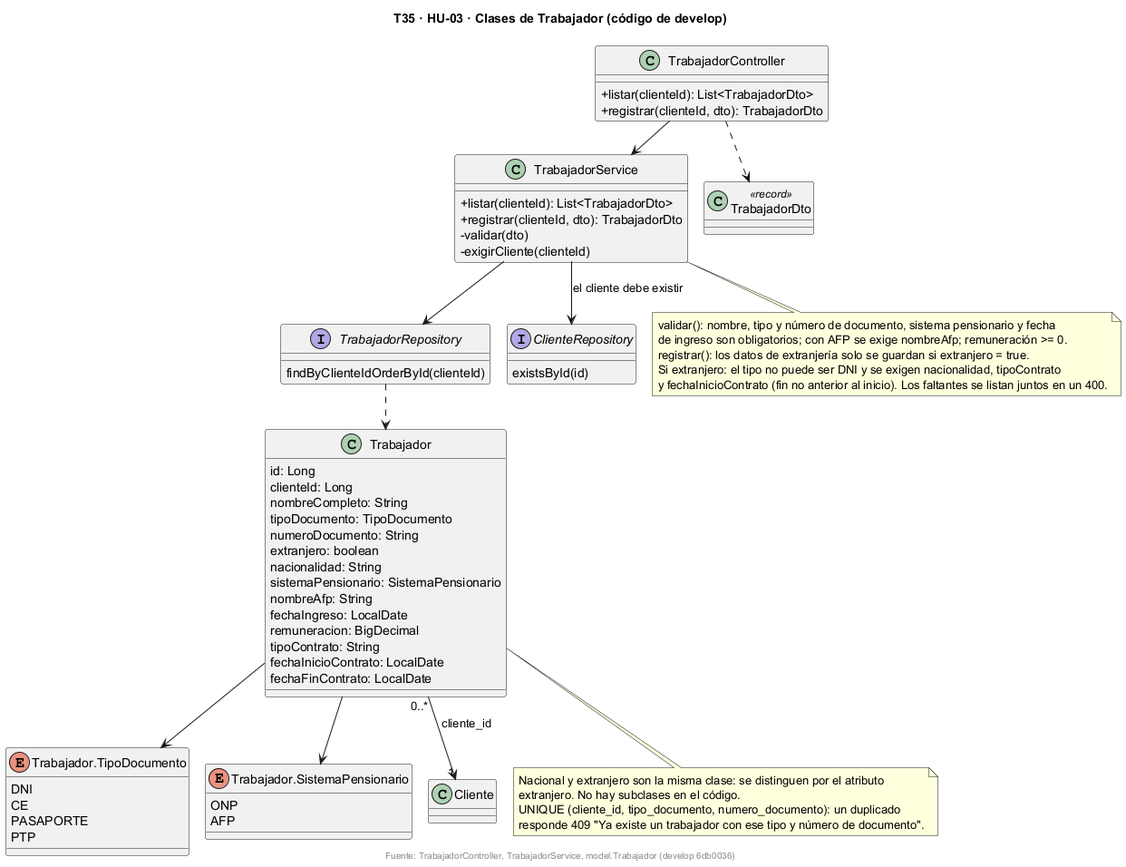
Earlier version of the PlantUML export docs/uml/img/T35-HU03-clases.png (fabianrodriguez33/plus-contable). Source of this version:
```plantuml
@startuml
!pragma layout smetana
title T35 · HU-03 · Clases de Trabajador (código de develop)
skinparam classAttributeIconSize 0
skinparam shadowing false

class TrabajadorController {
  +listar(clienteId): List<TrabajadorDto>
  +registrar(clienteId, dto): TrabajadorDto
}

class TrabajadorService {
  +listar(clienteId): List<TrabajadorDto>
  +registrar(clienteId, dto): TrabajadorDto
  -validar(dto)
  -exigirCliente(clienteId)
}

class Trabajador {
  id: Long
  clienteId: Long
  nombreCompleto: String
  tipoDocumento: TipoDocumento
  numeroDocumento: String
  extranjero: boolean
  nacionalidad: String
  sistemaPensionario: SistemaPensionario
  nombreAfp: String
  fechaIngreso: LocalDate
  remuneracion: BigDecimal
  tipoContrato: String
  fechaInicioContrato: LocalDate
  fechaFinContrato: LocalDate
}

enum "Trabajador.TipoDocumento" as TipoDocumento {
  DNI
  CE
  PASAPORTE
  PTP
}

enum "Trabajador.SistemaPensionario" as SistemaPensionario {
  ONP
  AFP
}

class TrabajadorDto <<record>>

interface TrabajadorRepository {
  findByClienteIdOrderById(clienteId)
}
interface ClienteRepository {
  existsById(id)
}

TrabajadorController --> TrabajadorService
TrabajadorController ..> TrabajadorDto
TrabajadorService --> TrabajadorRepository
TrabajadorService --> ClienteRepository : el cliente debe existir
TrabajadorRepository ..> Trabajador
Trabajador --> TipoDocumento
Trabajador --> SistemaPensionario
Trabajador "0..*" --> "1" Cliente : cliente_id

note bottom of TrabajadorService
  validar(): nombre, tipo y número de documento, sistema pensionario y fecha
  de ingreso son obligatorios; con AFP se exige nombreAfp; remuneración >= 0.
  registrar(): los datos de extranjería solo se guardan si extranjero = true.
  Si extranjero: el tipo no puede ser DNI y se exigen nacionalidad, tipoContrato
  y fechaInicioContrato (fin no anterior al inicio). Los faltantes se listan juntos en un 400.
end note

note bottom of Trabajador
  Nacional y extranjero son la misma clase: se distinguen por el atributo
  extranjero. No hay subclases en el código.
  UNIQUE (cliente_id, tipo_documento, numero_documento): un duplicado
  responde 409 "Ya existe un trabajador con ese tipo y número de documento".
end note

footer Fuente: TrabajadorController, TrabajadorService, model.Trabajador (develop 6db0036)
@enduml
```
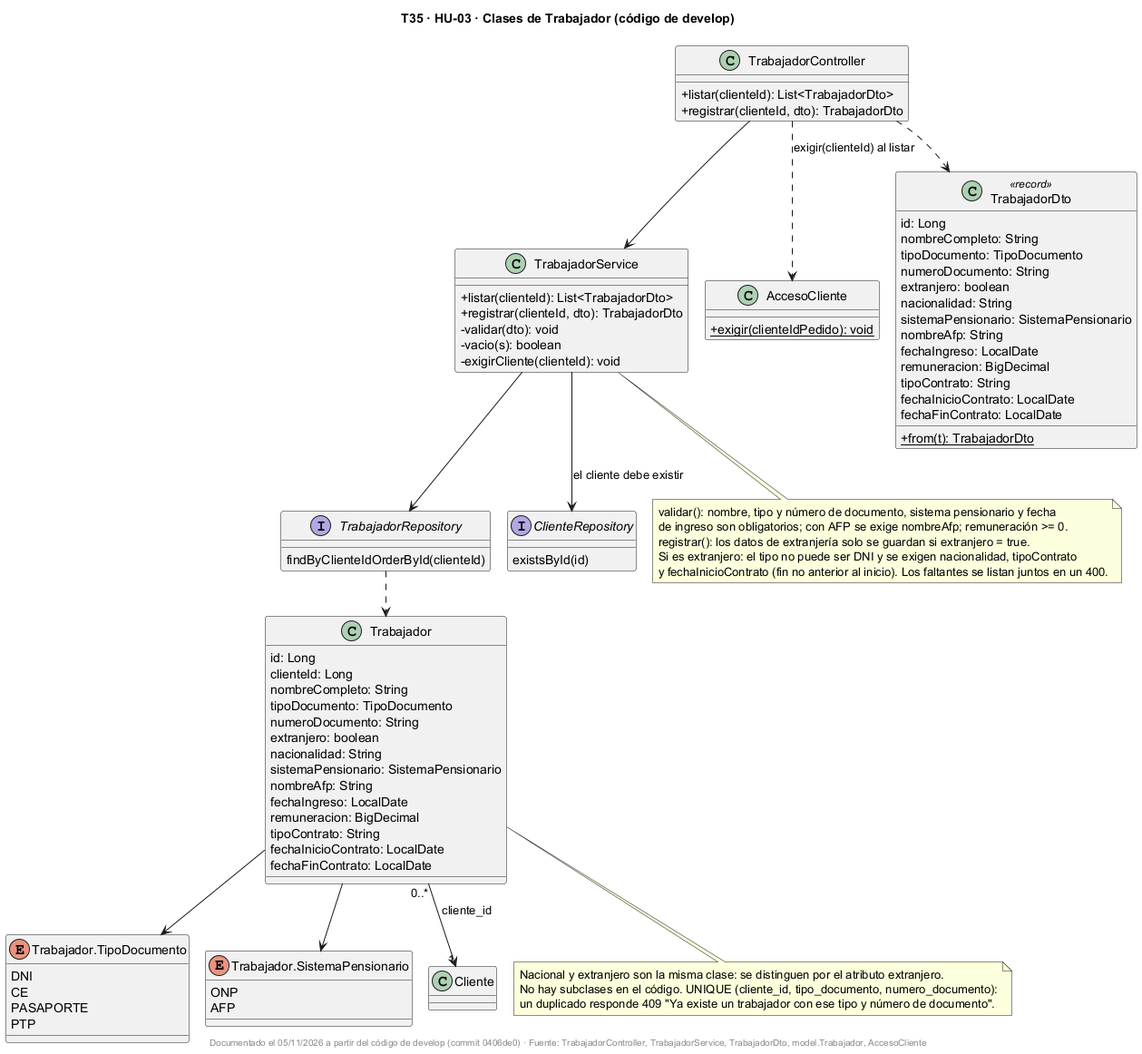
After the change.

What changed in the source:
```diff
@@ -12,8 +12,13 @@
 class TrabajadorService {
   +listar(clienteId): List<TrabajadorDto>
   +registrar(clienteId, dto): TrabajadorDto
-  -validar(dto)
-  -exigirCliente(clienteId)
+  -validar(dto): void
+  -vacio(s): boolean
+  -exigirCliente(clienteId): void
+}
+
+class AccesoCliente {
+  +{static} exigir(clienteIdPedido): void
 }
 
 class Trabajador {
@@ -45,7 +50,22 @@
   AFP
 }
 
-class TrabajadorDto <<record>>
+class TrabajadorDto <<record>> {
+  id: Long
+  nombreCompleto: String
+  tipoDocumento: TipoDocumento
+  numeroDocumento: String
+  extranjero: boolean
+  nacionalidad: String
+  sistemaPensionario: SistemaPensionario
+  nombreAfp: String
+  fechaIngreso: LocalDate
+  remuneracion: BigDecimal
+  tipoContrato: String
+  fechaInicioContrato: LocalDate
+  fechaFinContrato: LocalDate
+  +{static} from(t): TrabajadorDto
+}
 
 interface TrabajadorRepository {
   findByClienteIdOrderById(clienteId)
@@ -56,6 +76,7 @@
 
 TrabajadorController --> TrabajadorService
 TrabajadorController ..> TrabajadorDto
+TrabajadorController ..> AccesoCliente : exigir(clienteId) al listar
 TrabajadorService --> TrabajadorRepository
 TrabajadorService --> ClienteRepository : el cliente debe existir
 TrabajadorRepository ..> Trabajador
@@ -67,16 +88,15 @@
   validar(): nombre, tipo y número de documento, sistema pensionario y fecha
   de ingreso son obligatorios; con AFP se exige nombreAfp; remuneración >= 0.
   registrar(): los datos de extranjería solo se guardan si extranjero = true.
-  Si extranjero: el tipo no puede ser DNI y se exigen nacionalidad, tipoContrato
+  Si es extranjero: el tipo no puede ser DNI y se exigen nacionalidad, tipoContrato
   y fechaInicioContrato (fin no anterior al inicio). Los faltantes se listan juntos en un 400.
 end note
 
 note bottom of Trabajador
-  Nacional y extranjero son la misma clase: se distinguen por el atributo
-  extranjero. No hay subclases en el código.
-  UNIQUE (cliente_id, tipo_documento, numero_documento): un duplicado
-  responde 409 "Ya existe un trabajador con ese tipo y número de documento".
+  Nacional y extranjero son la misma clase: se distinguen por el atributo extranjero.
+  No hay subclases en el código. UNIQUE (cliente_id, tipo_documento, numero_documento):
+  un duplicado responde 409 "Ya existe un trabajador con ese tipo y número de documento".
 end note
 
-footer Fuente: TrabajadorController, TrabajadorService, model.Trabajador (develop 6db0036)
+footer Documentado el 05/11/2026 a partir del código de develop (commit 0406de0) · Fuente: TrabajadorController, TrabajadorService, TrabajadorDto, model.Trabajador, AccesoCliente
 @enduml
```
